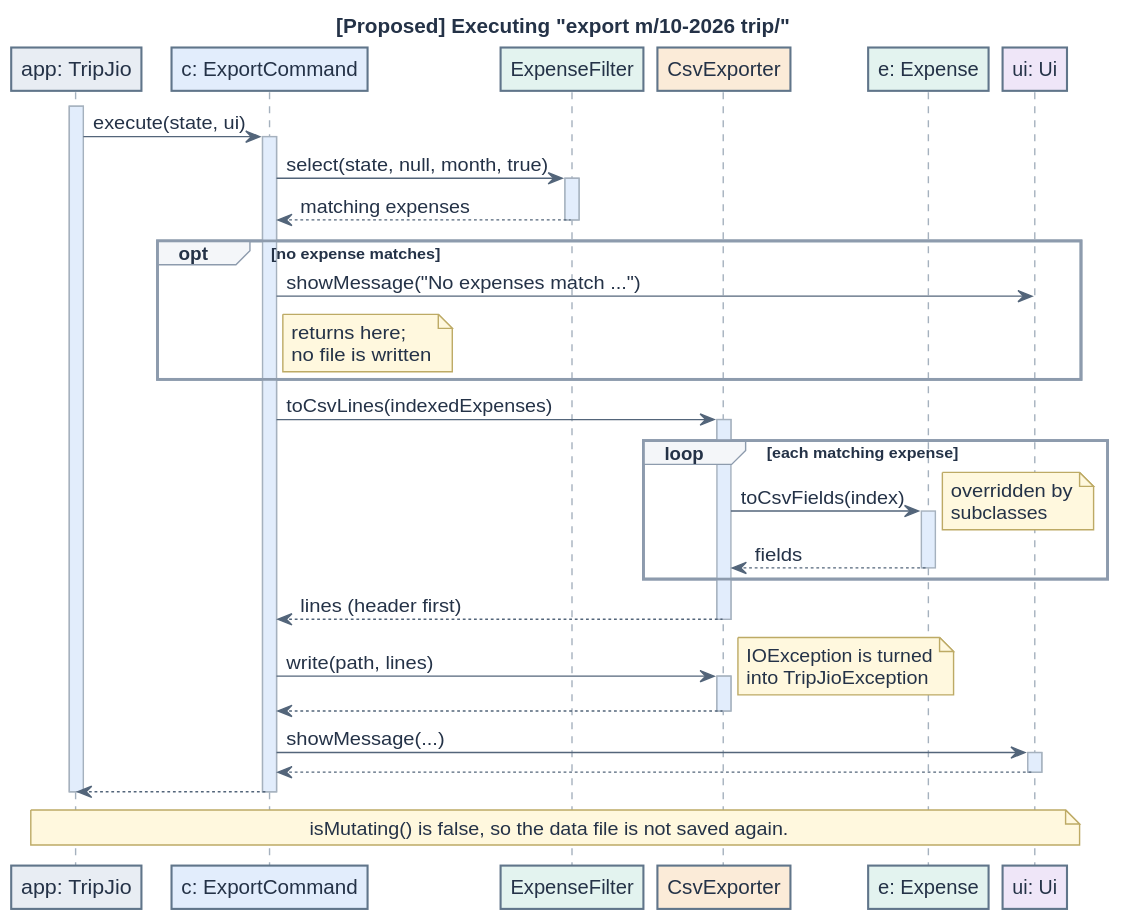
The PlantUML diagram docs/images/ExportSequence.svg in AY2627S1-CS2113-W10-1/tp, before a commit. Its diagram source:
```plantuml
@startuml
skinparam shadowing false
skinparam backgroundColor #FFFFFF
skinparam defaultFontColor #243247
skinparam ArrowColor #53657A
skinparam sequenceLifeLineBackgroundColor #E2EDFC
skinparam NoteBackgroundColor #FFF8DE
skinparam NoteBorderColor #BDAA65
skinparam sequenceParticipantBorderColor #60758A
skinparam sequenceLifeLineBorderColor #A5B1BE
skinparam sequenceGroupBorderColor #8D9BAD
skinparam sequenceGroupBackgroundColor #F4F6F9
title [Proposed] Executing "export m/10-2026 trip/"
participant "app: TripJio" as App #E8EDF3
participant "c: ExportCommand" as Cmd #E2EDFC
participant "ExpenseFilter" as Filter #E3F3EF
participant "CsvExporter" as Csv #FBEBD8
participant "e: Expense" as Exp #E3F3EF
participant "ui: Ui" as Ui #EFE6F8

activate App
App -> Cmd : execute(state, ui)
activate Cmd
Cmd -> Filter : select(state, null, month, true)
activate Filter
Filter --> Cmd : matching expenses
deactivate Filter
opt no expense matches
Cmd -> Ui : showMessage("No expenses match ...")
note right of Cmd : returns here;\nno file is written
end
Cmd -> Csv : toCsvLines(indexedExpenses)
activate Csv
loop each matching expense
Csv -> Exp : toCsvFields(index)
activate Exp
note right : overridden by\nsubclasses
Exp --> Csv : fields
deactivate Exp
end
Csv --> Cmd : lines (header first)
deactivate Csv
Cmd -> Csv : write(path, lines)
activate Csv
note right : IOException is turned\ninto TripJioException
Csv --> Cmd
deactivate Csv
Cmd -> Ui : showMessage(...)
activate Ui
Ui --> Cmd
deactivate Ui
Cmd --> App
deactivate Cmd
note over App, Ui : isMutating() is false, so the data file is not saved again.
deactivate App
@enduml
```
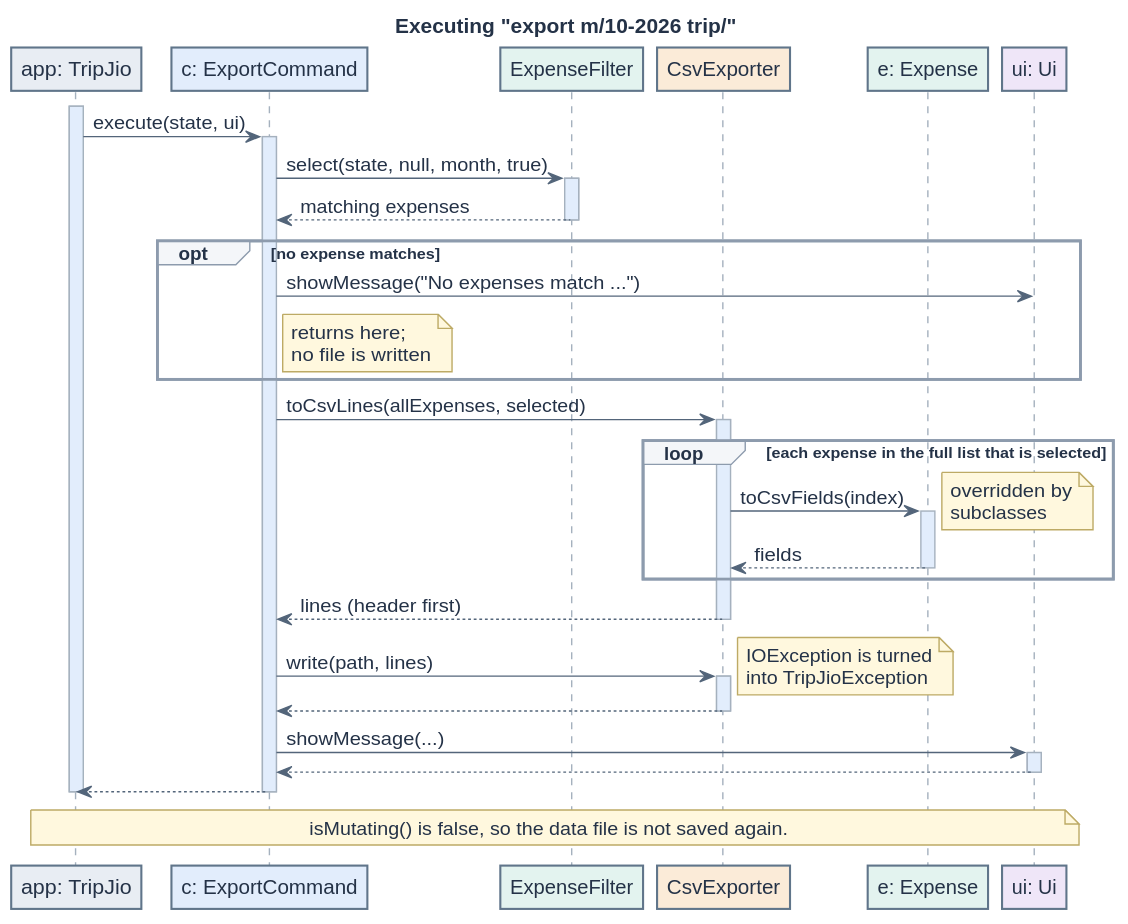
After the change.

Commit message:
Wire export into the parser and document CSV export

The edit, as a diff of the source:
```diff
@@ -10,7 +10,7 @@
 skinparam sequenceLifeLineBorderColor #A5B1BE
 skinparam sequenceGroupBorderColor #8D9BAD
 skinparam sequenceGroupBackgroundColor #F4F6F9
-title [Proposed] Executing "export m/10-2026 trip/"
+title Executing "export m/10-2026 trip/"
 participant "app: TripJio" as App #E8EDF3
 participant "c: ExportCommand" as Cmd #E2EDFC
 participant "ExpenseFilter" as Filter #E3F3EF
@@ -29,9 +29,9 @@
 Cmd -> Ui : showMessage("No expenses match ...")
 note right of Cmd : returns here;\nno file is written
 end
-Cmd -> Csv : toCsvLines(indexedExpenses)
+Cmd -> Csv : toCsvLines(allExpenses, selected)
 activate Csv
-loop each matching expense
+loop each expense in the full list that is selected
 Csv -> Exp : toCsvFields(index)
 activate Exp
 note right : overridden by\nsubclasses
```
